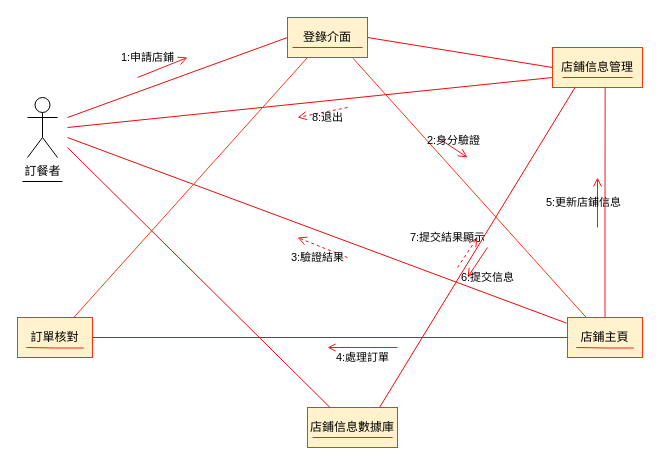
Earlier version of the draw.io diagram draw檔/5.1.2-2.drawio (11024117/SE_Final-Paper). Source tidied: cells renumbered, new cells numbered last; positions are measured from the earlier drawing's top-left corner, leaving out a move shared by most shapes. Both pictures are drawn from the tidied source at 100%, with x=0, y=0 at pixel (17, 17).
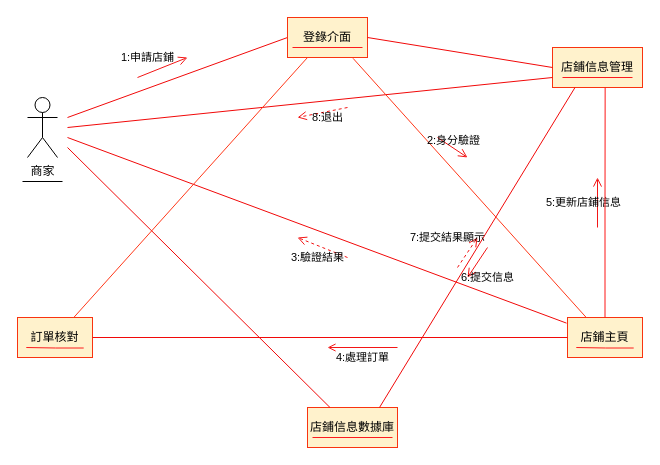
After the change.

Change to the diagram source:
```diff
@@
-    <mxCell id="2" value="訂餐者" style="shape=umlActor;verticalLabelPosition=bottom;verticalAlign=top;html=1;" parent="1" vertex="1">
+    <mxCell id="2" value="商家" style="shape=umlActor;verticalLabelPosition=bottom;verticalAlign=top;html=1;" parent="1" vertex="1">
       <mxGeometry x="10" y="80" width="30" height="60" as="geometry" />
     </mxCell>
```
